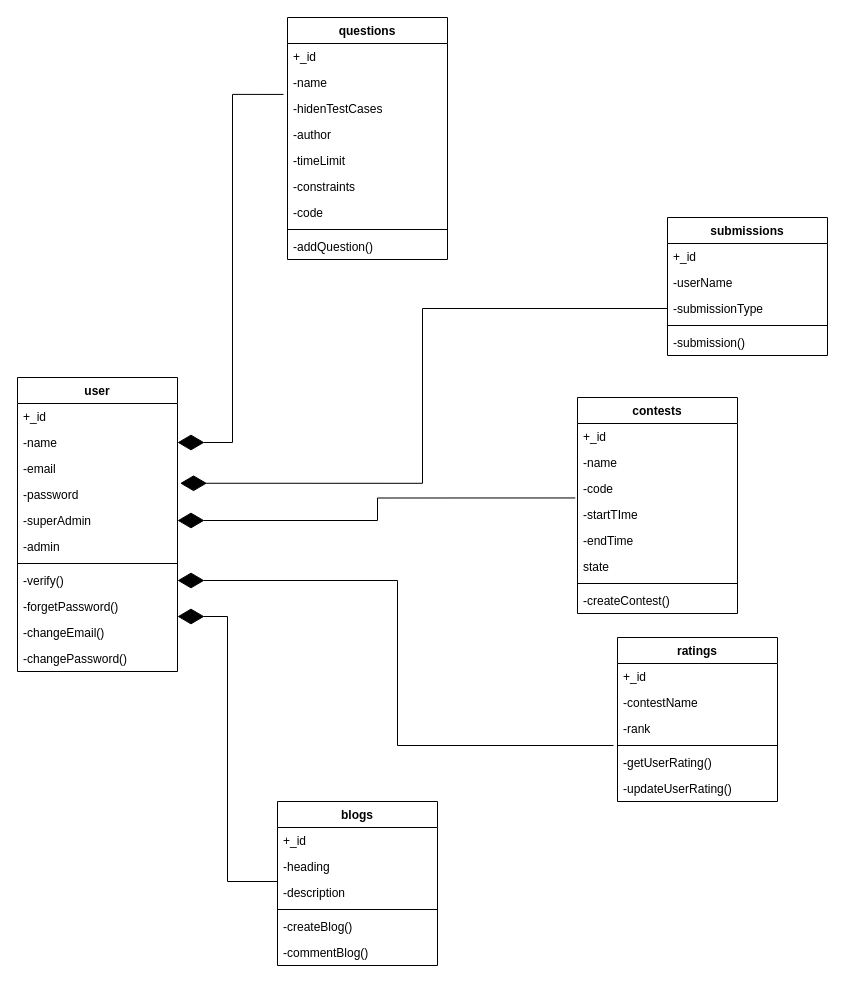
This is classDiagram.drawio from 00sukhjeet00/codechef-clone-diagrams, a draw.io file, before an edit. Source tidied: cells renumbered, new cells numbered last; positions are measured from the earlier drawing's top-left corner, leaving out a move shared by most shapes. Both pictures are drawn from the tidied source at 100%, with x=0, y=0 at pixel (17, 17).
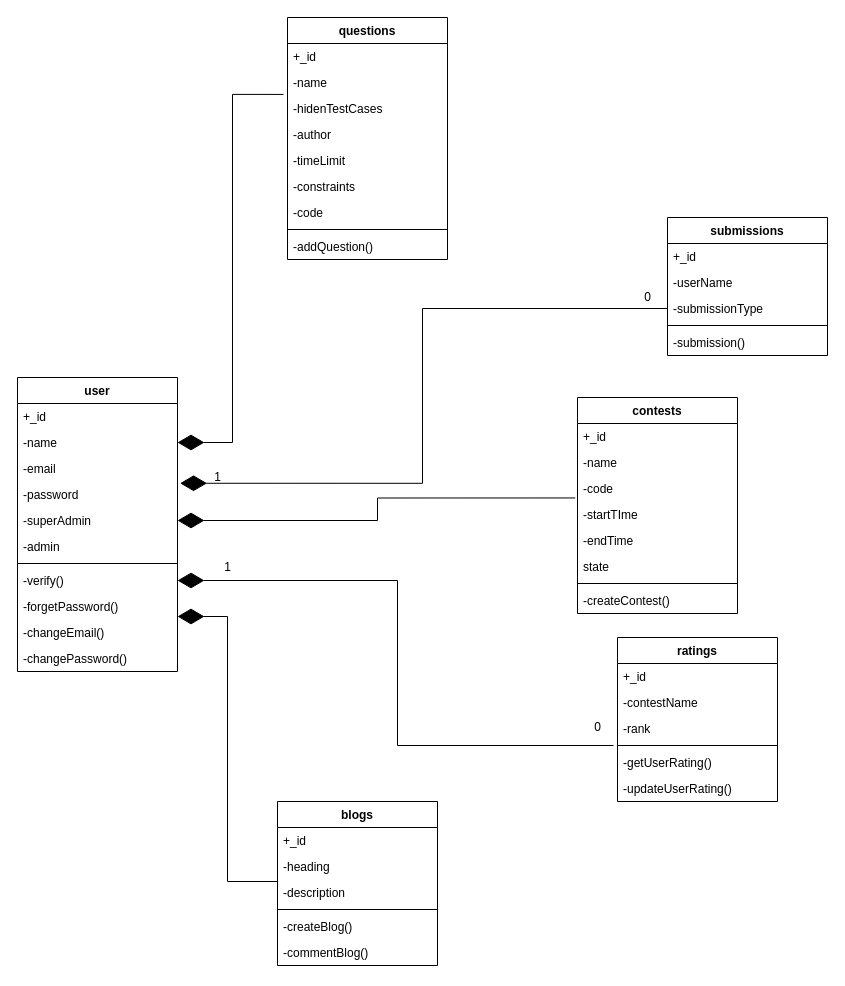
The same diagram, later.

What changed in the source:
```diff
@@
+    <mxCell id="58" value="1" style="text;html=1;align=center;verticalAlign=middle;strokeColor=none;fillColor=none;" parent="1" vertex="1">
+      <mxGeometry x="190" y="450" width="20" height="20" as="geometry" />
+    </mxCell>
+    <mxCell id="59" value="0" style="text;html=1;align=center;verticalAlign=middle;strokeColor=none;fillColor=none;" parent="1" vertex="1">
+      <mxGeometry x="620" y="270" width="20" height="20" as="geometry" />
+    </mxCell>
+    <mxCell id="60" value="1" style="text;html=1;align=center;verticalAlign=middle;strokeColor=none;fillColor=none;" parent="1" vertex="1">
+      <mxGeometry x="200" y="540" width="20" height="20" as="geometry" />
+    </mxCell>
+    <mxCell id="61" value="0" style="text;html=1;align=center;verticalAlign=middle;strokeColor=none;fillColor=none;" parent="1" vertex="1">
+      <mxGeometry x="570" y="700" width="20" height="20" as="geometry" />
+    </mxCell>
```
